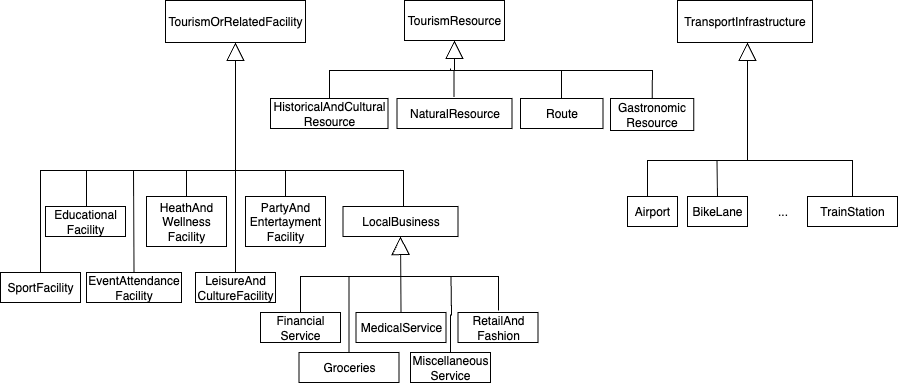
Above: diagrams/fig6-TourismResource.png in UPM-Ontologia/core-ontology (draw.io), before the change. Source tidied: cells renumbered, new cells last; positions are measured from the earlier drawing's top-left corner, leaving out a move shared by most shapes.
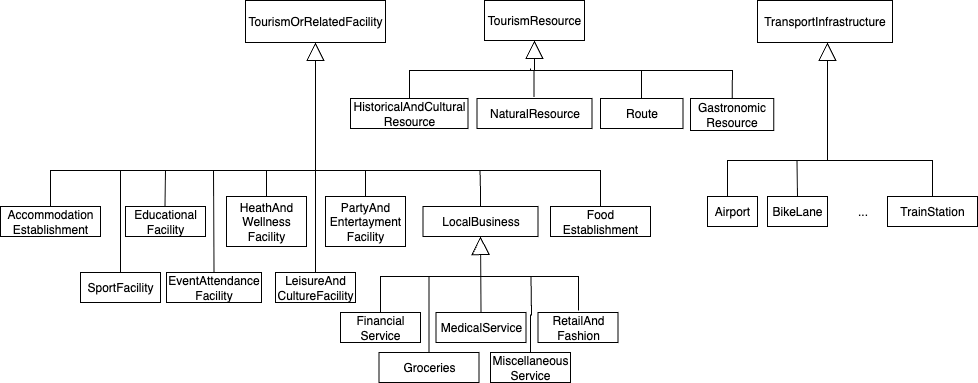
The same file after the commit.

Diff of the diagram source:
```diff
@@ -38,6 +38,10 @@
     <mxCell id="8" style="edgeStyle=orthogonalEdgeStyle;rounded=0;jettySize=auto;html=1;exitX=0.5;exitY=0;exitDx=0;exitDy=0;endArrow=none;endFill=0;" parent="1" edge="1" source="9">
       <mxGeometry relative="1" as="geometry">
         <mxPoint x="285" y="170" as="targetPoint" />
+        <Array as="points">
+          <mxPoint x="285" y="190" />
+          <mxPoint x="285" y="190" />
+        </Array>
       </mxGeometry>
     </mxCell>
     <mxCell id="9" value="PartyAnd&lt;div&gt;Entertayment&lt;div&gt;Facility&lt;/div&gt;&lt;/div&gt;" style="rounded=0;whiteSpace=wrap;html=1;snapToPoint=1;points=[[0.1,0],[0.2,0],[0.3,0],[0.4,0],[0.5,0],[0.6,0],[0.7,0],[0.8,0],[0.9,0],[0,0.1],[0,0.3],[0,0.5],[0,0.7],[0,0.9],[0.1,1],[0.2,1],[0.3,1],[0.4,1],[0.5,1],[0.6,1],[0.7,1],[0.8,1],[0.9,1],[1,0.1],[1,0.3],[1,0.5],[1,0.7],[1,0.9]];" parent="1" vertex="1">
@@ -62,13 +66,11 @@
     <mxCell id="14" value="EventAttendance&lt;div&gt;Facility&lt;/div&gt;" style="rounded=0;whiteSpace=wrap;html=1;snapToPoint=1;points=[[0.1,0],[0.2,0],[0.3,0],[0.4,0],[0.5,0],[0.6,0],[0.7,0],[0.8,0],[0.9,0],[0,0.1],[0,0.3],[0,0.5],[0,0.7],[0,0.9],[0.1,1],[0.2,1],[0.3,1],[0.4,1],[0.5,1],[0.6,1],[0.7,1],[0.8,1],[0.9,1],[1,0.1],[1,0.3],[1,0.5],[1,0.7],[1,0.9]];" parent="1" vertex="1">
       <mxGeometry x="86" y="272" width="95" height="30" as="geometry" />
     </mxCell>
-    <mxCell id="15" style="edgeStyle=orthogonalEdgeStyle;rounded=0;orthogonalLoop=1;jettySize=auto;html=1;exitX=0.5;exitY=0;exitDx=0;exitDy=0;entryX=0.6;entryY=0;entryDx=0;entryDy=0;endArrow=none;endFill=0;" parent="1" edge="1">
+    <mxCell id="15" style="edgeStyle=orthogonalEdgeStyle;rounded=0;jettySize=auto;html=1;exitX=0.5;exitY=0;exitDx=0;exitDy=0;entryX=0.5;entryY=0;entryDx=0;entryDy=0;endArrow=none;endFill=0;" parent="1" edge="1" source="42" target="44">
       <mxGeometry relative="1" as="geometry">
-        <mxPoint x="86" y="206" as="sourcePoint" />
-        <mxPoint x="403" y="206" as="targetPoint" />
         <Array as="points">
-          <mxPoint x="86" y="170" />
-          <mxPoint x="403" y="170" />
+          <mxPoint x="-30" y="170" />
+          <mxPoint x="520" y="170" />
         </Array>
       </mxGeometry>
     </mxCell>
@@ -196,5 +198,25 @@
         </Array>
       </mxGeometry>
     </mxCell>
+    <mxCell id="42" value="Accommodation&lt;br&gt;Establishment" style="rounded=0;whiteSpace=wrap;html=1;snapToPoint=1;points=[[0.1,0],[0.2,0],[0.3,0],[0.4,0],[0.5,0],[0.6,0],[0.7,0],[0.8,0],[0.9,0],[0,0.1],[0,0.3],[0,0.5],[0,0.7],[0,0.9],[0.1,1],[0.2,1],[0.3,1],[0.4,1],[0.5,1],[0.6,1],[0.7,1],[0.8,1],[0.9,1],[1,0.1],[1,0.3],[1,0.5],[1,0.7],[1,0.9]];" parent="1" vertex="1">
+      <mxGeometry x="-80" y="206" width="100" height="30" as="geometry" />
+    </mxCell>
+    <mxCell id="43" style="edgeStyle=orthogonalEdgeStyle;rounded=0;orthogonalLoop=1;jettySize=auto;html=1;exitX=0.5;exitY=0;exitDx=0;exitDy=0;endArrow=none;endFill=0;" parent="1" edge="1">
+      <mxGeometry relative="1" as="geometry">
+        <mxPoint x="84.5" y="206" as="sourcePoint" />
+        <mxPoint x="85" y="170" as="targetPoint" />
+      </mxGeometry>
+    </mxCell>
+    <mxCell id="44" value="Food&lt;br&gt;Establishment" style="rounded=0;whiteSpace=wrap;html=1;snapToPoint=1;points=[[0.1,0],[0.2,0],[0.3,0],[0.4,0],[0.5,0],[0.6,0],[0.7,0],[0.8,0],[0.9,0],[0,0.1],[0,0.3],[0,0.5],[0,0.7],[0,0.9],[0.1,1],[0.2,1],[0.3,1],[0.4,1],[0.5,1],[0.6,1],[0.7,1],[0.8,1],[0.9,1],[1,0.1],[1,0.3],[1,0.5],[1,0.7],[1,0.9]];" parent="1" vertex="1">
+      <mxGeometry x="470" y="206" width="100" height="30" as="geometry" />
+    </mxCell>
+    <mxCell id="45" style="edgeStyle=orthogonalEdgeStyle;rounded=0;jettySize=auto;html=1;exitX=0.5;exitY=0;exitDx=0;exitDy=0;endArrow=none;endFill=0;" parent="1" edge="1" source="4">
+      <mxGeometry relative="1" as="geometry">
+        <mxPoint x="399.5" y="170" as="targetPoint" />
+        <Array as="points">
+          <mxPoint x="400" y="190" />
+        </Array>
+      </mxGeometry>
+    </mxCell>
   </root>
 </mxGraphModel>
```
